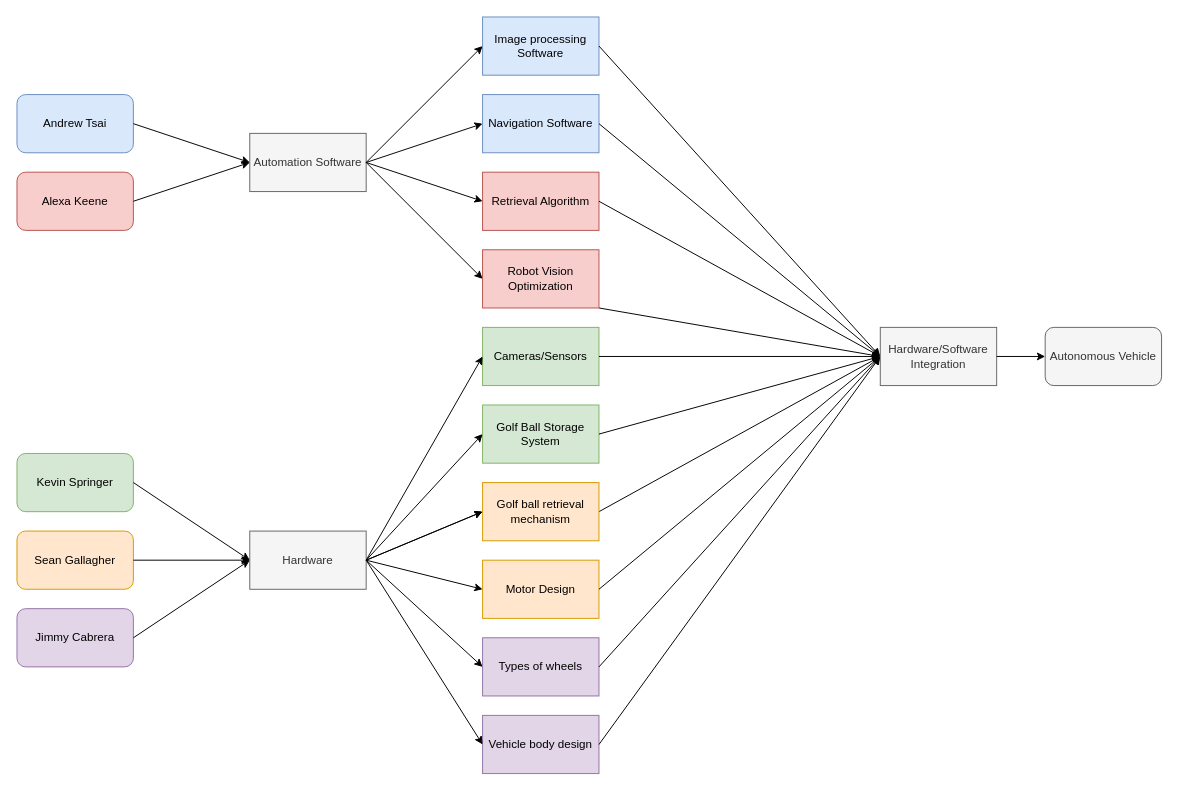
The draw.io diagram Diagrams/GBS&R_Block_diagram.drawio in Andrew13560/Golf-Ball-Search-and-Rescue, before the edit. Source tidied: cells renumbered, new cells numbered last; positions are measured from the earlier drawing's top-left corner, leaving out a move shared by most shapes. Both pictures are drawn from the tidied source at 97%, with x=0, y=0 at pixel (16, 16).
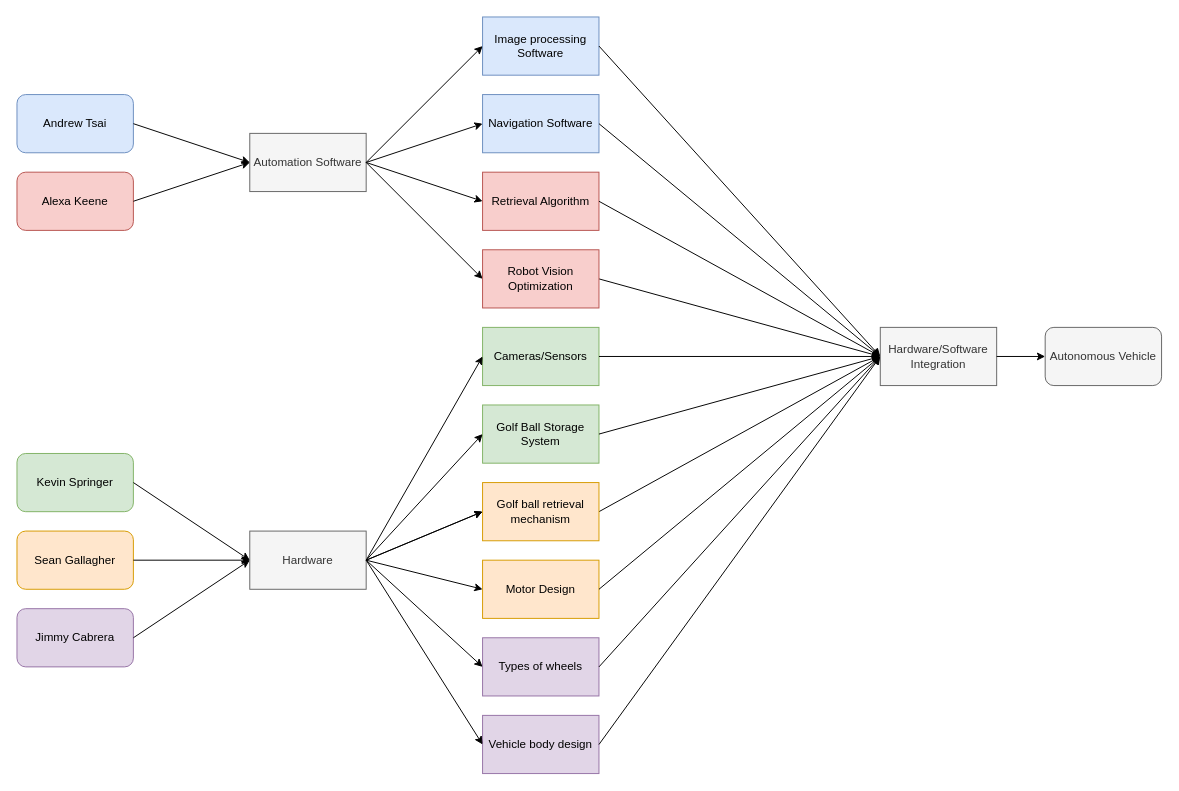
The same diagram, later.

Unchanged cells that the change refers to:
```xml
<mxCell id="38" value="Robot Vision Optimization" style="rounded=0;whiteSpace=wrap;html=1;fillColor=#f8cecc;strokeColor=#b85450;" parent="1" vertex="1">
  <mxGeometry x="480" y="240" width="120" height="60" as="geometry" />
</mxCell>
```

Diff of the diagram source:
```diff
@@
-    <mxCell id="34" style="endArrow=classic;html=1;exitX=1;exitY=0.5;exitDx=0;exitDy=0;" parent="1" edge="1">
+    <mxCell id="34" style="endArrow=classic;html=1;exitX=1;exitY=0.5;exitDx=0;exitDy=0;" parent="1" edge="1" source="38">
       <mxGeometry relative="1" as="geometry">
-        <mxPoint x="600" y="300" as="sourcePoint" />
         <mxPoint x="890" y="350" as="targetPoint" />
       </mxGeometry>
     </mxCell>
```
